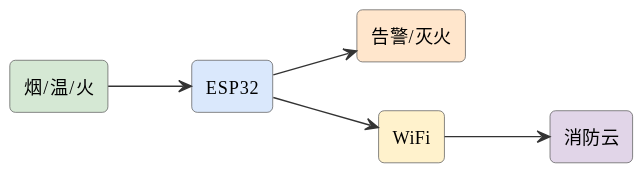
mingyi0818/IntelligentMcuCourse keeps this PlantUML diagram as assets/diagrams/ideas-fig41.svg. Above is the earlier version.
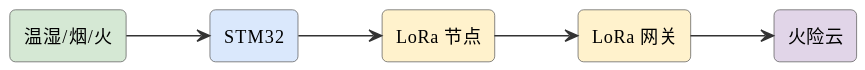
After the change.

Change to the diagram source:
```diff
@@ -6,13 +6,13 @@
 skinparam arrowFontSize 11
 skinparam arrowColor #333
 left to right direction
-rectangle "烟/温/火" as s #d5e8d4
-rectangle "ESP32" as esp #dae8fc
-rectangle "告警/灭火" as act #ffe6cc
-rectangle "WiFi" as wifi #fff2cc
-rectangle "消防云" as cloud #e1d5e8
-s --> esp
-esp --> act
-esp --> wifi
-wifi --> cloud
+rectangle "温湿/烟/火" as s #d5e8d4
+rectangle "STM32" as stm #dae8fc
+rectangle "LoRa 节点" as lora #fff2cc
+rectangle "LoRa 网关" as gw #fff2cc
+rectangle "火险云" as cloud #e1d5e8
+s --> stm
+stm --> lora
+lora --> gw
+gw --> cloud
 @enduml
```
